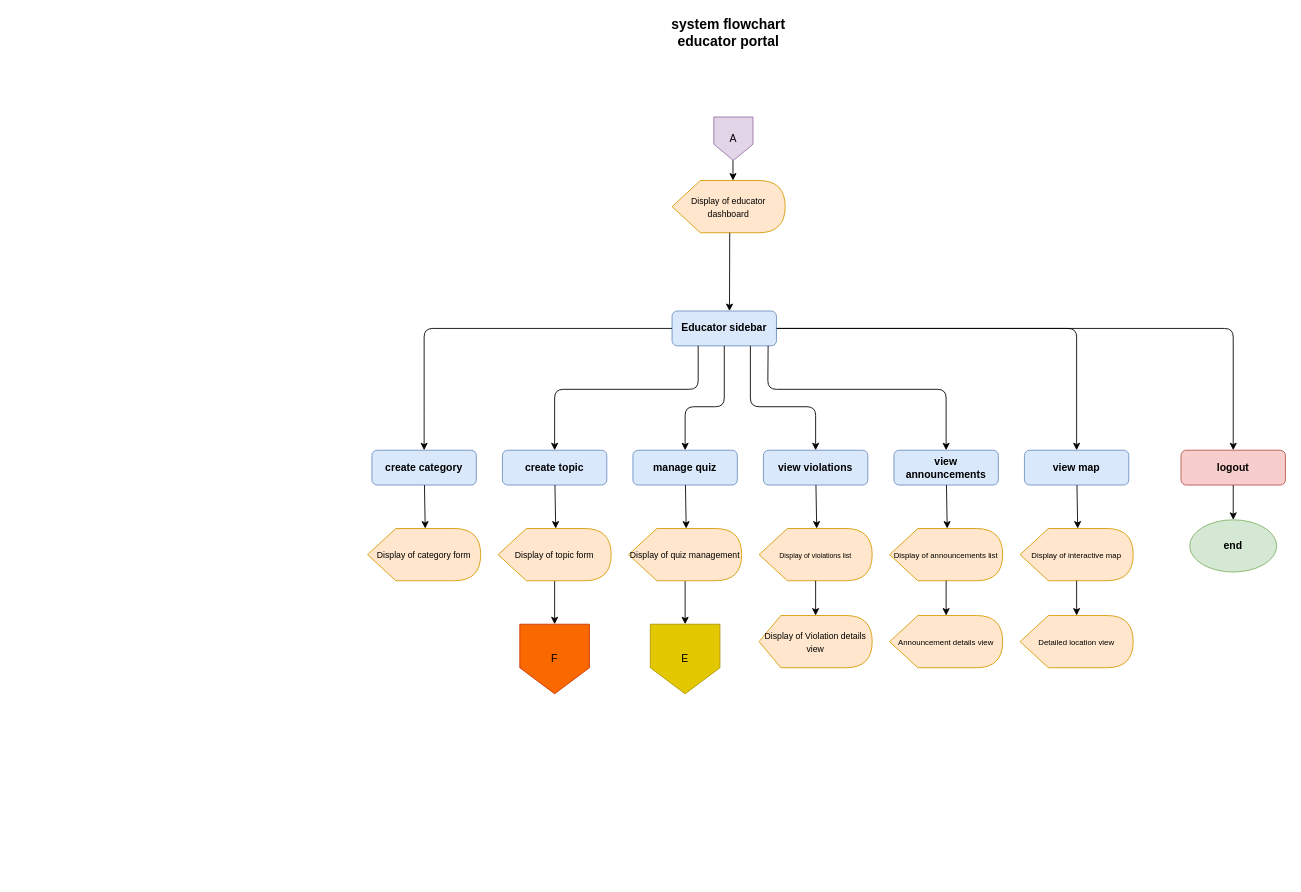
Earlier version of the draw.io diagram educator_portal_flowchart.drawio (PotatoLover169/CTTMO-Traffic-violation-Management-System). Source tidied: cells renumbered, new cells numbered last; positions are measured from the earlier drawing's top-left corner, leaving out a move shared by most shapes. Both pictures are drawn from the tidied source at 87%, with x=0, y=0 at pixel (367, 15).
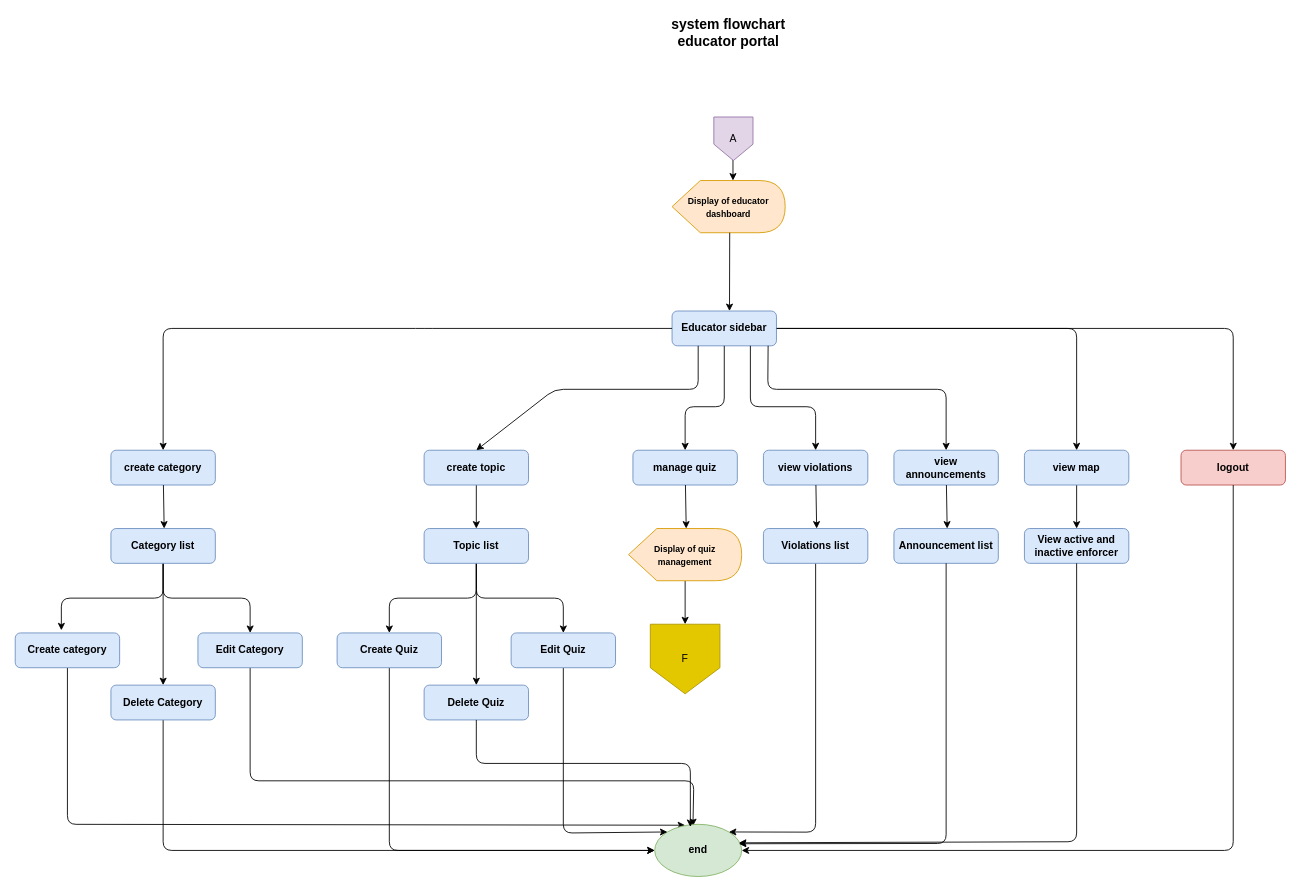
The same page after the edit.

The change refers to these unchanged cells:
```xml
<mxCell id="7" value="Educator sidebar" style="rounded=1;whiteSpace=wrap;html=1;fillColor=#dae8fc;strokeColor=#6c8ebf;fontStyle=1;" parent="1" vertex="1">
  <mxGeometry x="350" y="340" width="120" height="40" as="geometry" />
</mxCell>
<mxCell id="14" value="view violations" style="rounded=1;whiteSpace=wrap;html=1;fillColor=#dae8fc;strokeColor=#6c8ebf;fontStyle=1;" parent="1" vertex="1">
  <mxGeometry x="455" y="500" width="120" height="40" as="geometry" />
</mxCell>
<mxCell id="16" value="view announcements" style="rounded=1;whiteSpace=wrap;html=1;fillColor=#dae8fc;strokeColor=#6c8ebf;fontStyle=1;" parent="1" vertex="1">
  <mxGeometry x="605" y="500" width="120" height="40" as="geometry" />
</mxCell>
<mxCell id="18" value="view map" style="rounded=1;whiteSpace=wrap;html=1;fillColor=#dae8fc;strokeColor=#6c8ebf;fontStyle=1;" parent="1" vertex="1">
  <mxGeometry x="755" y="500" width="120" height="40" as="geometry" />
</mxCell>
<mxCell id="40" value="logout" style="rounded=1;whiteSpace=wrap;html=1;fillColor=#f8cecc;strokeColor=#b85450;fontStyle=1;" parent="1" vertex="1">
  <mxGeometry x="935" y="500" width="120" height="40" as="geometry" />
</mxCell>
```

What changed in the source:
```diff
@@
-    <mxCell id="4" value="&lt;span style=&quot;font-size: 10px;&quot;&gt;Display of educator dashboard&lt;/span&gt;" style="shape=display;whiteSpace=wrap;html=1;fillColor=#ffe6cc;strokeColor=#d79b00;" parent="1" vertex="1">
+    <mxCell id="4" value="&lt;span style=&quot;font-size: 10px;&quot;&gt;&lt;b&gt;Display of educator dashboard&lt;/b&gt;&lt;/span&gt;" style="shape=display;whiteSpace=wrap;html=1;fillColor=#ffe6cc;strokeColor=#d79b00;" parent="1" vertex="1">
       <mxGeometry x="350" y="190" width="130" height="60" as="geometry" />
     </mxCell>
@@
     <mxCell id="8" value="create category" style="rounded=1;whiteSpace=wrap;html=1;fillColor=#dae8fc;strokeColor=#6c8ebf;fontStyle=1;" parent="1" vertex="1">
-      <mxGeometry x="5" y="500" width="120" height="40" as="geometry" />
+      <mxGeometry x="-295" y="500" width="120" height="40" as="geometry" />
     </mxCell>
     <mxCell id="9" style="edgeStyle=none;html=1;entryX=0.5;entryY=0;entryDx=0;entryDy=0;exitX=0;exitY=0.5;exitDx=0;exitDy=0;" parent="1" edge="1" source="7" target="8">
       <mxGeometry relative="1" as="geometry">
         <Array as="points">
           <mxPoint x="65" y="360" />
-          <mxPoint x="65" y="450" />
+          <mxPoint x="-235" y="360" />
         </Array>
       </mxGeometry>
     </mxCell>
+    <mxCell id="46" style="edgeStyle=none;html=1;" parent="1" edge="1" source="10">
+      <mxGeometry relative="1" as="geometry">
+        <mxPoint x="125" y="590" as="targetPoint" />
+      </mxGeometry>
+    </mxCell>
     <mxCell id="10" value="create topic" style="rounded=1;whiteSpace=wrap;html=1;fillColor=#dae8fc;strokeColor=#6c8ebf;fontStyle=1;" parent="1" vertex="1">
-      <mxGeometry x="155" y="500" width="120" height="40" as="geometry" />
+      <mxGeometry x="65" y="500" width="120" height="40" as="geometry" />
     </mxCell>
@@
+    <mxCell id="47" style="edgeStyle=none;html=1;" parent="1" edge="1" source="18">
+      <mxGeometry relative="1" as="geometry">
+        <mxPoint x="815" y="590" as="targetPoint" />
+      </mxGeometry>
+    </mxCell>
@@
-    <mxCell id="20" value="&lt;font style=&quot;font-size: 10px;&quot;&gt;Display of category form&lt;/font&gt;" style="shape=display;whiteSpace=wrap;html=1;fillColor=#ffe6cc;strokeColor=#d79b00;" parent="1" vertex="1">
-      <mxGeometry y="590" width="130" height="60" as="geometry" />
-    </mxCell>
-    <mxCell id="21" style="edgeStyle=none;html=1;entryX=0;entryY=0;entryDx=66.25;entryDy=0;entryPerimeter=0;" parent="1" edge="1" source="8" target="20">
-      <mxGeometry relative="1" as="geometry" />
+    <mxCell id="21" style="edgeStyle=none;html=1;entryX=0;entryY=0;entryDx=66.25;entryDy=0;entryPerimeter=0;" parent="1" edge="1" source="8">
+      <mxGeometry relative="1" as="geometry">
+        <mxPoint x="-233.8" y="590" as="targetPoint" />
+      </mxGeometry>
     </mxCell>
-    <mxCell id="22" style="edgeStyle=none;html=1;" parent="1" edge="1" source="23" target="45">
-      <mxGeometry relative="1" as="geometry" />
-    </mxCell>
-    <mxCell id="23" value="&lt;font style=&quot;font-size: 10px;&quot;&gt;Display of topic form&lt;/font&gt;" style="shape=display;whiteSpace=wrap;html=1;fillColor=#ffe6cc;strokeColor=#d79b00;" parent="1" vertex="1">
-      <mxGeometry x="150" y="590" width="130" height="60" as="geometry" />
-    </mxCell>
-    <mxCell id="24" style="edgeStyle=none;html=1;entryX=0;entryY=0;entryDx=66.25;entryDy=0;entryPerimeter=0;" parent="1" edge="1" source="10" target="23">
-      <mxGeometry relative="1" as="geometry" />
-    </mxCell>
-    <mxCell id="25" style="edgeStyle=none;html=1;" parent="1" edge="1" source="26" target="44">
-      <mxGeometry relative="1" as="geometry" />
+    <mxCell id="25" style="edgeStyle=none;html=1;" parent="1" edge="1" source="26">
+      <mxGeometry relative="1" as="geometry">
+        <mxPoint x="365" y="700" as="targetPoint" />
+      </mxGeometry>
     </mxCell>
-    <mxCell id="26" value="&lt;font style=&quot;font-size: 10px;&quot;&gt;Display of quiz management&lt;/font&gt;" style="shape=display;whiteSpace=wrap;html=1;fillColor=#ffe6cc;strokeColor=#d79b00;" parent="1" vertex="1">
+    <mxCell id="26" value="&lt;font style=&quot;font-size: 10px;&quot;&gt;&lt;b&gt;Display of quiz management&lt;/b&gt;&lt;/font&gt;" style="shape=display;whiteSpace=wrap;html=1;fillColor=#ffe6cc;strokeColor=#d79b00;" parent="1" vertex="1">
       <mxGeometry x="300" y="590" width="130" height="60" as="geometry" />
     </mxCell>
@@
-    <mxCell id="28" value="&lt;font style=&quot;font-size: 8px;&quot;&gt;Display of violations list&lt;/font&gt;" style="shape=display;whiteSpace=wrap;html=1;fillColor=#ffe6cc;strokeColor=#d79b00;" parent="1" vertex="1">
-      <mxGeometry x="450" y="590" width="130" height="60" as="geometry" />
-    </mxCell>
-    <mxCell id="29" style="edgeStyle=none;html=1;entryX=0;entryY=0;entryDx=66.25;entryDy=0;entryPerimeter=0;" parent="1" edge="1" source="14" target="28">
-      <mxGeometry relative="1" as="geometry" />
+    <mxCell id="29" style="edgeStyle=none;html=1;entryX=0;entryY=0;entryDx=66.25;entryDy=0;entryPerimeter=0;" parent="1" edge="1" source="14">
+      <mxGeometry relative="1" as="geometry">
+        <mxPoint x="516.2" y="590" as="targetPoint" />
+      </mxGeometry>
     </mxCell>
-    <mxCell id="30" value="&lt;font style=&quot;font-size: 10px;&quot;&gt;Display of Violation details view&lt;/font&gt;" style="shape=display;whiteSpace=wrap;html=1;fillColor=#ffe6cc;strokeColor=#d79b00;size=0.19230769230769232;" parent="1" vertex="1">
-      <mxGeometry x="450" y="690" width="130" height="60" as="geometry" />
-    </mxCell>
-    <mxCell id="31" style="edgeStyle=none;html=1;entryX=0.5;entryY=0;entryDx=0;entryDy=0;entryPerimeter=0;" parent="1" edge="1" source="28" target="30">
-      <mxGeometry relative="1" as="geometry" />
-    </mxCell>
-    <mxCell id="32" value="&lt;font style=&quot;font-size: 9px;&quot;&gt;Display of announcements list&lt;/font&gt;" style="shape=display;whiteSpace=wrap;html=1;fillColor=#ffe6cc;strokeColor=#d79b00;" parent="1" vertex="1">
-      <mxGeometry x="600" y="590" width="130" height="60" as="geometry" />
-    </mxCell>
-    <mxCell id="33" style="edgeStyle=none;html=1;entryX=0;entryY=0;entryDx=66.25;entryDy=0;entryPerimeter=0;" parent="1" edge="1" source="16" target="32">
-      <mxGeometry relative="1" as="geometry" />
+    <mxCell id="33" style="edgeStyle=none;html=1;entryX=0;entryY=0;entryDx=66.25;entryDy=0;entryPerimeter=0;" parent="1" edge="1" source="16">
+      <mxGeometry relative="1" as="geometry">
+        <mxPoint x="666.2" y="590" as="targetPoint" />
+      </mxGeometry>
     </mxCell>
-    <mxCell id="34" value="&lt;font style=&quot;font-size: 9px;&quot;&gt;Announcement details view&lt;/font&gt;" style="shape=display;whiteSpace=wrap;html=1;fillColor=#ffe6cc;strokeColor=#d79b00;" parent="1" vertex="1">
-      <mxGeometry x="600" y="690" width="130" height="60" as="geometry" />
-    </mxCell>
-    <mxCell id="35" style="edgeStyle=none;html=1;entryX=0.5;entryY=0;entryDx=0;entryDy=0;entryPerimeter=0;" parent="1" edge="1" source="32" target="34">
-      <mxGeometry relative="1" as="geometry" />
-    </mxCell>
-    <mxCell id="36" value="&lt;font style=&quot;font-size: 9px;&quot;&gt;Display of interactive map&lt;/font&gt;" style="shape=display;whiteSpace=wrap;html=1;fillColor=#ffe6cc;strokeColor=#d79b00;" parent="1" vertex="1">
-      <mxGeometry x="750" y="590" width="130" height="60" as="geometry" />
-    </mxCell>
-    <mxCell id="37" style="edgeStyle=none;html=1;entryX=0;entryY=0;entryDx=66.25;entryDy=0;entryPerimeter=0;" parent="1" edge="1" source="18" target="36">
-      <mxGeometry relative="1" as="geometry" />
-    </mxCell>
-    <mxCell id="38" value="&lt;font style=&quot;font-size: 9px;&quot;&gt;Detailed location view&lt;/font&gt;" style="shape=display;whiteSpace=wrap;html=1;fillColor=#ffe6cc;strokeColor=#d79b00;" parent="1" vertex="1">
-      <mxGeometry x="750" y="690" width="130" height="60" as="geometry" />
-    </mxCell>
-    <mxCell id="39" style="edgeStyle=none;html=1;entryX=0.5;entryY=0;entryDx=0;entryDy=0;entryPerimeter=0;" parent="1" edge="1" source="36" target="38">
-      <mxGeometry relative="1" as="geometry" />
-    </mxCell>
@@
-    <mxCell id="41" value="end" style="ellipse;whiteSpace=wrap;html=1;fillColor=#d5e8d4;strokeColor=#82b366;fontStyle=1;" parent="1" vertex="1">
-      <mxGeometry x="945" y="580" width="100" height="60" as="geometry" />
-    </mxCell>
-    <mxCell id="42" style="endArrow=classic;html=1;exitX=0.5;exitY=1;exitDx=0;exitDy=0;entryX=0.5;entryY=0;entryDx=0;entryDy=0;" parent="1" edge="1" source="40" target="41">
-      <mxGeometry relative="1" as="geometry" />
+    <mxCell id="42" style="endArrow=classic;html=1;exitX=0.5;exitY=1;exitDx=0;exitDy=0;entryX=1;entryY=0.5;entryDx=0;entryDy=0;" parent="1" edge="1" source="40" target="41">
+      <mxGeometry relative="1" as="geometry">
+        <Array as="points">
+          <mxPoint x="995" y="960" />
+        </Array>
+      </mxGeometry>
     </mxCell>
@@
-    <mxCell id="44" value="E" style="shape=offPageConnector;whiteSpace=wrap;html=1;fillColor=#e3c800;fontColor=#000000;strokeColor=#B09500;" parent="1" vertex="1">
-      <mxGeometry x="325" y="700" width="80" height="80" as="geometry" />
-    </mxCell>
-    <mxCell id="45" value="F" style="shape=offPageConnector;whiteSpace=wrap;html=1;fillColor=#fa6800;fontColor=#000000;strokeColor=#C73500;" parent="1" vertex="1">
-      <mxGeometry x="175" y="700" width="80" height="80" as="geometry" />
+    <mxCell id="45" value="F" style="shape=offPageConnector;whiteSpace=wrap;html=1;fillColor=#e3c800;fontColor=#000000;strokeColor=#B09500;" parent="1" vertex="1">
+      <mxGeometry x="325" y="700" width="80" height="80" as="geometry" />
     </mxCell>
+    <mxCell id="48" style="edgeStyle=none;html=1;entryX=0.442;entryY=-0.075;entryDx=0;entryDy=0;entryPerimeter=0;" parent="1" edge="1" source="51" target="53">
+      <mxGeometry relative="1" as="geometry">
+        <Array as="points">
+          <mxPoint x="-235" y="670" />
+          <mxPoint x="-352" y="670" />
+        </Array>
+      </mxGeometry>
+    </mxCell>
+    <mxCell id="49" style="edgeStyle=none;html=1;entryX=0.5;entryY=0;entryDx=0;entryDy=0;" parent="1" edge="1" source="51" target="55">
+      <mxGeometry relative="1" as="geometry">
+        <Array as="points">
+          <mxPoint x="-235" y="670" />
+          <mxPoint x="-135" y="670" />
+        </Array>
+      </mxGeometry>
+    </mxCell>
+    <mxCell id="50" style="edgeStyle=none;html=1;" parent="1" edge="1" source="51">
+      <mxGeometry relative="1" as="geometry">
+        <mxPoint x="-235" y="770" as="targetPoint" />
+      </mxGeometry>
+    </mxCell>
+    <mxCell id="51" value="Category list" style="rounded=1;whiteSpace=wrap;html=1;fillColor=#dae8fc;strokeColor=#6c8ebf;fontStyle=1;" parent="1" vertex="1">
+      <mxGeometry x="-295" y="590" width="120" height="40" as="geometry" />
+    </mxCell>
+    <mxCell id="52" style="edgeStyle=none;html=1;entryX=0.35;entryY=0.017;entryDx=0;entryDy=0;entryPerimeter=0;" parent="1" edge="1" source="53" target="41">
+      <mxGeometry relative="1" as="geometry">
+        <Array as="points">
+          <mxPoint x="-345" y="930" />
+        </Array>
+      </mxGeometry>
+    </mxCell>
+    <mxCell id="53" value="Create category" style="rounded=1;whiteSpace=wrap;html=1;fillColor=#dae8fc;strokeColor=#6c8ebf;fontStyle=1;" parent="1" vertex="1">
+      <mxGeometry x="-405" y="710" width="120" height="40" as="geometry" />
+    </mxCell>
+    <mxCell id="54" style="edgeStyle=none;html=1;entryX=0.44;entryY=0.033;entryDx=0;entryDy=0;entryPerimeter=0;" parent="1" edge="1" source="55" target="41">
+      <mxGeometry relative="1" as="geometry">
+        <Array as="points">
+          <mxPoint x="-135" y="880" />
+          <mxPoint x="375" y="880" />
+        </Array>
+      </mxGeometry>
+    </mxCell>
+    <mxCell id="55" value="Edit Category" style="rounded=1;whiteSpace=wrap;html=1;fillColor=#dae8fc;strokeColor=#6c8ebf;fontStyle=1;" parent="1" vertex="1">
+      <mxGeometry x="-195" y="710" width="120" height="40" as="geometry" />
+    </mxCell>
+    <mxCell id="41" value="end" style="ellipse;whiteSpace=wrap;html=1;fillColor=#d5e8d4;strokeColor=#82b366;fontStyle=1;" parent="1" vertex="1">
+      <mxGeometry x="330" y="930" width="100" height="60" as="geometry" />
+    </mxCell>
+    <mxCell id="56" style="edgeStyle=none;html=1;entryX=0.5;entryY=0;entryDx=0;entryDy=0;" parent="1" edge="1" source="59" target="61">
+      <mxGeometry relative="1" as="geometry">
+        <Array as="points">
+          <mxPoint x="125" y="670" />
+          <mxPoint x="25" y="670" />
+        </Array>
+      </mxGeometry>
+    </mxCell>
+    <mxCell id="57" style="edgeStyle=none;html=1;entryX=0.5;entryY=0;entryDx=0;entryDy=0;" parent="1" edge="1" source="59" target="63">
+      <mxGeometry relative="1" as="geometry">
+        <Array as="points">
+          <mxPoint x="125" y="670" />
+          <mxPoint x="225" y="670" />
+        </Array>
+      </mxGeometry>
+    </mxCell>
+    <mxCell id="58" style="edgeStyle=none;html=1;" parent="1" edge="1" source="59">
+      <mxGeometry relative="1" as="geometry">
+        <mxPoint x="125" y="770" as="targetPoint" />
+      </mxGeometry>
+    </mxCell>
+    <mxCell id="59" value="Topic list" style="rounded=1;whiteSpace=wrap;html=1;fillColor=#dae8fc;strokeColor=#6c8ebf;fontStyle=1;" parent="1" vertex="1">
+      <mxGeometry x="65" y="590" width="120" height="40" as="geometry" />
+    </mxCell>
+    <mxCell id="60" style="edgeStyle=none;html=1;" parent="1" edge="1" source="61" target="41">
+      <mxGeometry relative="1" as="geometry">
+        <Array as="points">
+          <mxPoint x="25" y="960" />
+        </Array>
+      </mxGeometry>
+    </mxCell>
+    <mxCell id="61" value="Create Quiz" style="rounded=1;whiteSpace=wrap;html=1;fillColor=#dae8fc;strokeColor=#6c8ebf;fontStyle=1;" parent="1" vertex="1">
+      <mxGeometry x="-35" y="710" width="120" height="40" as="geometry" />
+    </mxCell>
+    <mxCell id="62" style="edgeStyle=none;html=1;entryX=0;entryY=0;entryDx=0;entryDy=0;" parent="1" edge="1" source="63" target="41">
+      <mxGeometry relative="1" as="geometry">
+        <Array as="points">
+          <mxPoint x="225" y="940" />
+        </Array>
+      </mxGeometry>
+    </mxCell>
+    <mxCell id="63" value="Edit Quiz" style="rounded=1;whiteSpace=wrap;html=1;fillColor=#dae8fc;strokeColor=#6c8ebf;fontStyle=1;" parent="1" vertex="1">
+      <mxGeometry x="165" y="710" width="120" height="40" as="geometry" />
+    </mxCell>
+    <mxCell id="64" style="edgeStyle=none;html=1;entryX=0;entryY=0.5;entryDx=0;entryDy=0;" parent="1" edge="1" source="65" target="41">
+      <mxGeometry relative="1" as="geometry">
+        <Array as="points">
+          <mxPoint x="-235" y="960" />
+        </Array>
+      </mxGeometry>
+    </mxCell>
+    <mxCell id="65" value="Delete Category" style="rounded=1;whiteSpace=wrap;html=1;fillColor=#dae8fc;strokeColor=#6c8ebf;fontStyle=1;" parent="1" vertex="1">
+      <mxGeometry x="-295" y="770" width="120" height="40" as="geometry" />
+    </mxCell>
+    <mxCell id="66" value="Delete Quiz" style="rounded=1;whiteSpace=wrap;html=1;fillColor=#dae8fc;strokeColor=#6c8ebf;fontStyle=1;" parent="1" vertex="1">
+      <mxGeometry x="65" y="770" width="120" height="40" as="geometry" />
+    </mxCell>
+    <mxCell id="67" style="edgeStyle=none;html=1;entryX=0.41;entryY=0.05;entryDx=0;entryDy=0;entryPerimeter=0;" parent="1" edge="1" source="66" target="41">
+      <mxGeometry relative="1" as="geometry">
+        <Array as="points">
+          <mxPoint x="125" y="860" />
+          <mxPoint x="371" y="860" />
+        </Array>
+      </mxGeometry>
+    </mxCell>
+    <mxCell id="68" style="edgeStyle=none;html=1;entryX=1;entryY=0;entryDx=0;entryDy=0;" parent="1" edge="1" source="69" target="41">
+      <mxGeometry relative="1" as="geometry">
+        <Array as="points">
+          <mxPoint x="515" y="939" />
+        </Array>
+      </mxGeometry>
+    </mxCell>
+    <mxCell id="69" value="Violations list" style="rounded=1;whiteSpace=wrap;html=1;fillColor=#dae8fc;strokeColor=#6c8ebf;fontStyle=1;" parent="1" vertex="1">
+      <mxGeometry x="455" y="590" width="120" height="40" as="geometry" />
+    </mxCell>
+    <mxCell id="70" value="Announcement list" style="rounded=1;whiteSpace=wrap;html=1;fillColor=#dae8fc;strokeColor=#6c8ebf;fontStyle=1;" parent="1" vertex="1">
+      <mxGeometry x="605" y="590" width="120" height="40" as="geometry" />
+    </mxCell>
+    <mxCell id="71" value="View active and inactive enforcer" style="rounded=1;whiteSpace=wrap;html=1;fillColor=#dae8fc;strokeColor=#6c8ebf;fontStyle=1;" parent="1" vertex="1">
+      <mxGeometry x="755" y="590" width="120" height="40" as="geometry" />
+    </mxCell>
+    <mxCell id="72" style="edgeStyle=none;html=1;entryX=0.968;entryY=0.372;entryDx=0;entryDy=0;entryPerimeter=0;" parent="1" edge="1" source="70" target="41">
+      <mxGeometry relative="1" as="geometry">
+        <Array as="points">
+          <mxPoint x="665" y="952" />
+        </Array>
+      </mxGeometry>
+    </mxCell>
+    <mxCell id="73" style="edgeStyle=none;html=1;entryX=0.968;entryY=0.354;entryDx=0;entryDy=0;entryPerimeter=0;" parent="1" edge="1" source="71" target="41">
+      <mxGeometry relative="1" as="geometry">
+        <Array as="points">
+          <mxPoint x="815" y="950" />
+        </Array>
+      </mxGeometry>
+    </mxCell>
```
